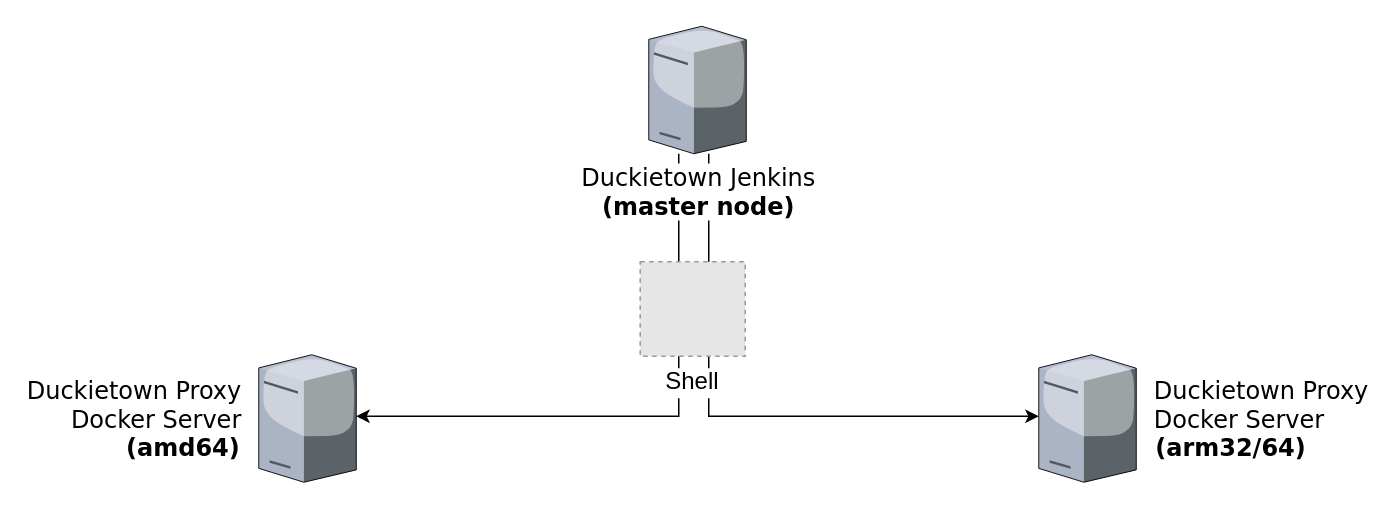
This is docs/images/Duckietown_CI_diagram.drawio from duckietown/.jenkins-jobs, a draw.io file, before an edit. Source tidied: cells renumbered, new cells numbered last; positions are measured from the earlier drawing's top-left corner, leaving out a move shared by most shapes. Both pictures are drawn from the tidied source at 150%, with x=0, y=0 at pixel (258, 26). Pictures stored in the file or linked from it are replaced by grey dashed boxes.
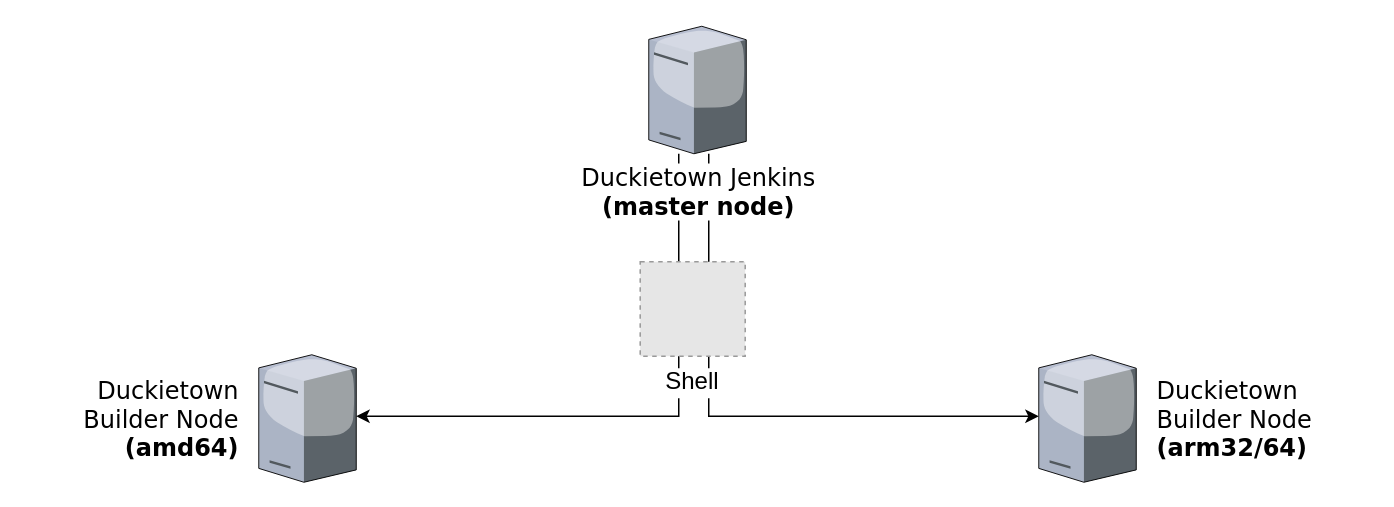
After the change.

The edit, as a diff of the source:
```diff
@@
 <mxGraphModel background="#ffffff">
   <root>
     <mxCell id="0" />
     <mxCell id="1" parent="0" />
-    <mxCell id="2" value="&amp;nbsp; Duckietown Proxy&lt;br style=&quot;font-size: 16px&quot;&gt;&amp;nbsp; Docker Server&lt;br&gt;&lt;b&gt;&amp;nbsp; (arm32/64)&lt;/b&gt;" style="verticalLabelPosition=middle;html=1;verticalAlign=middle;strokeColor=none;shape=mxgraph.citrix.tower_server;rounded=0;shadow=0;comic=0;fontFamily=Verdana;fontSize=16;labelPosition=right;align=left;" parent="1" vertex="1">
+    <mxCell id="2" value="&lt;span style=&quot;text-align: right&quot;&gt;Duckietown&amp;nbsp;&lt;/span&gt;&lt;br style=&quot;text-align: right&quot;&gt;&lt;span style=&quot;text-align: right&quot;&gt;Builder&amp;nbsp;&lt;/span&gt;&lt;span style=&quot;text-align: right&quot;&gt;Node&amp;nbsp;&lt;/span&gt;&lt;br&gt;&lt;b&gt;(arm32/64)&lt;/b&gt;" style="verticalLabelPosition=middle;html=1;verticalAlign=middle;strokeColor=none;shape=mxgraph.citrix.tower_server;rounded=0;shadow=0;comic=0;fontFamily=Verdana;fontSize=16;labelPosition=right;align=left;spacingLeft=12;" parent="1" vertex="1">
       <mxGeometry x="520" y="219" width="65" height="85" as="geometry" />
     </mxCell>
-    <mxCell id="3" value="Duckietown Proxy&amp;nbsp;&amp;nbsp;&lt;br style=&quot;font-size: 16px&quot;&gt;Docker Server&amp;nbsp;&amp;nbsp;&lt;br&gt;&lt;b&gt;(amd64)&amp;nbsp;&amp;nbsp;&lt;/b&gt;" style="verticalLabelPosition=middle;html=1;verticalAlign=middle;strokeColor=none;shape=mxgraph.citrix.tower_server;rounded=0;shadow=0;comic=0;fontFamily=Verdana;fontSize=16;labelPosition=left;align=right;spacingLeft=6;" parent="1" vertex="1">
+    <mxCell id="3" value="Duckietown&lt;br&gt;Builder Node&lt;br&gt;&lt;b&gt;(amd64)&lt;/b&gt;" style="verticalLabelPosition=middle;html=1;verticalAlign=middle;strokeColor=none;shape=mxgraph.citrix.tower_server;rounded=0;shadow=0;comic=0;fontFamily=Verdana;fontSize=16;labelPosition=left;align=right;spacingLeft=6;spacingRight=12;" parent="1" vertex="1">
       <mxGeometry y="219" width="65" height="85" as="geometry" />
     </mxCell>
     <mxCell id="4" style="edgeStyle=orthogonalEdgeStyle;rounded=0;jettySize=auto;html=1;fontSize=16;fontColor=#000000;" parent="1" edge="1" source="6" target="2">
       <mxGeometry relative="1" as="geometry">
         <Array as="points">
           <mxPoint x="300" y="260" />
         </Array>
       </mxGeometry>
     </mxCell>
     <mxCell id="5" style="edgeStyle=orthogonalEdgeStyle;rounded=0;jettySize=auto;html=1;fontSize=16;fontColor=#000000;" parent="1" edge="1" source="6" target="3">
       <mxGeometry relative="1" as="geometry">
         <Array as="points">
           <mxPoint x="280" y="260" />
         </Array>
       </mxGeometry>
     </mxCell>
     <mxCell id="6" value="Duckietown Jenkins&lt;br&gt;&lt;b&gt;(master node)&lt;/b&gt;&lt;br&gt;" style="verticalLabelPosition=bottom;html=1;verticalAlign=top;strokeColor=none;shape=mxgraph.citrix.tower_server;rounded=0;shadow=0;comic=0;fontFamily=Verdana;fontSize=16;labelBackgroundColor=#ffffff;" parent="1" vertex="1">
       <mxGeometry x="260" width="65" height="85" as="geometry" />
     </mxCell>
     <mxCell id="7" value="Shell" style="fillColor=#E6E6E6;strokeColor=#999999;dashed=1;verticalLabelPosition=bottom;verticalAlign=top;labelBackgroundColor=#ffffff;fontSize=16;fontColor=#000000;" parent="1" vertex="1">
       <mxGeometry x="254.3" y="157" width="70" height="63" as="geometry" />
     </mxCell>
   </root>
 </mxGraphModel>
```
